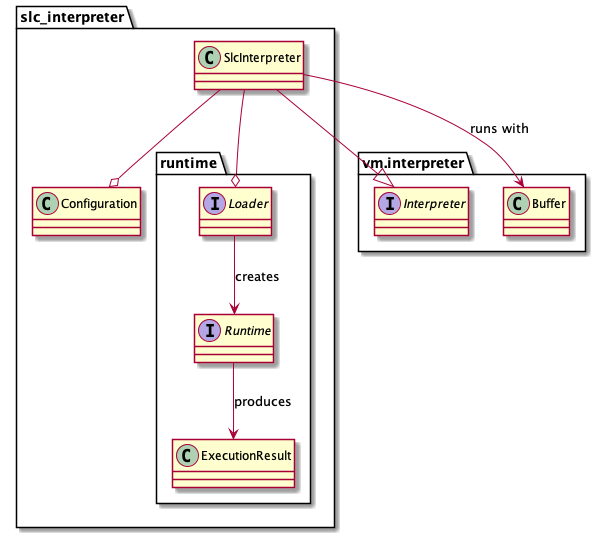
Before: src/main/java/io/slc/jsm/slc_interpreter/slc_interpreter_design.png, a diagram exported from PlantUML (michelezamuner/jslm). Its diagram source:
```plantuml
@startuml "SLC Interpreter design"

package vm.interpreter {
    interface Interpreter
    class Buffer
}

package slc_interpreter {
    class SlcInterpreter
    class Configuration

    package runtime {
        interface Loader
        interface Runtime
        class ExecutionResult

        Loader --> Runtime : creates
        Runtime --> ExecutionResult : produces
    }

    SlcInterpreter --|> Interpreter
    SlcInterpreter --o Loader
    SlcInterpreter --o Configuration
    SlcInterpreter --> Buffer : runs with
}

@enduml
```
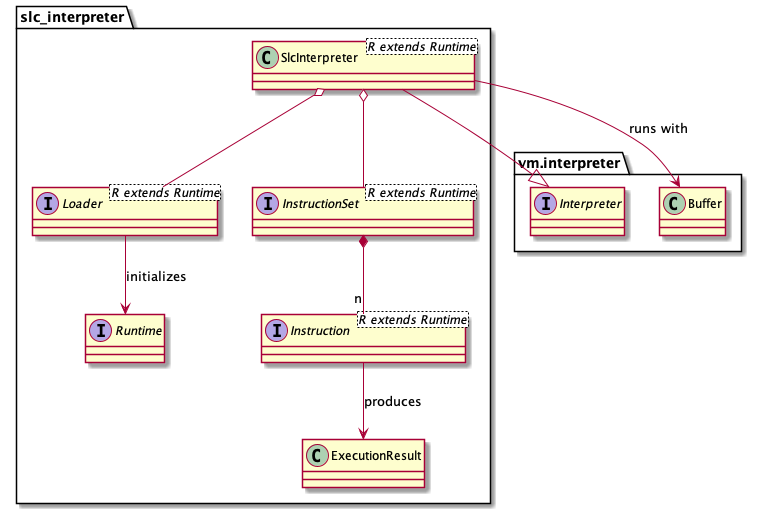
Later version of the same file.

The edit, as a diff of the source:
```diff
@@ -6,22 +6,20 @@
 }
 
 package slc_interpreter {
-    class SlcInterpreter
-    class Configuration
-
-    package runtime {
-        interface Loader
-        interface Runtime
-        class ExecutionResult
-
-        Loader --> Runtime : creates
-        Runtime --> ExecutionResult : produces
-    }
+    class SlcInterpreter<R extends Runtime>
+    interface Loader<R extends Runtime>
+    interface InstructionSet<R extends Runtime>
+    interface Instruction<R extends Runtime>
+    interface Runtime
+    class ExecutionResult
 
     SlcInterpreter --|> Interpreter
-    SlcInterpreter --o Loader
-    SlcInterpreter --o Configuration
+    SlcInterpreter o-- Loader
+    SlcInterpreter o-- InstructionSet
     SlcInterpreter --> Buffer : runs with
+    Loader --> Runtime : initializes
+    InstructionSet *-- "n" Instruction
+    Instruction --> ExecutionResult : produces
 }
 
 @enduml
```
